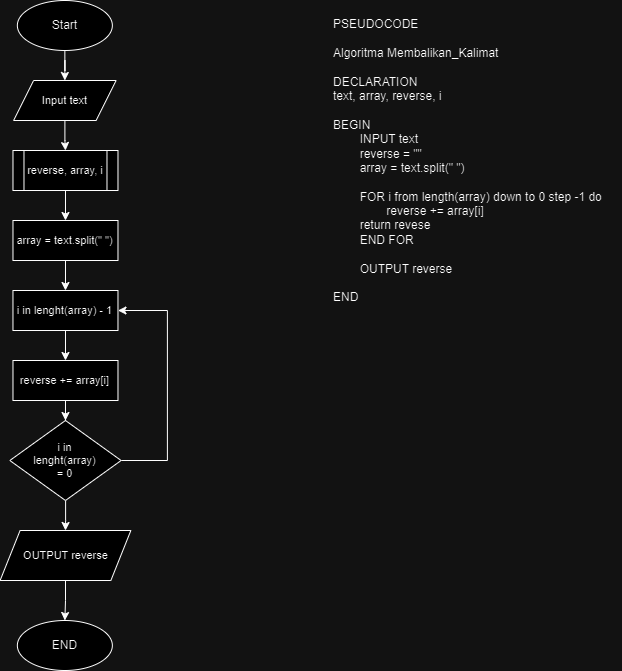
The draw.io diagram 6-Tasks-Computer-Science-Membalikan Kalimat.drawio.png in mfdrfauzi/fwg17-computer-science, before a commit. Source tidied: cells renumbered, new cells last; positions are measured from the earlier drawing's top-left corner, leaving out a move shared by most shapes. Source of this version:
```xml
<mxGraphModel>
  <root>
    <mxCell id="0" />
    <mxCell id="1" parent="0" />
    <mxCell id="2" value="PSEUDOCODE&lt;br&gt;&lt;br&gt;&lt;div&gt;Algoritma Membalikan_Kalimat&lt;/div&gt;&lt;div&gt;&lt;br&gt;&lt;/div&gt;&lt;div&gt;DECLARATION&lt;/div&gt;&lt;div&gt;text, array, reverse, i&lt;/div&gt;&lt;div&gt;&lt;br&gt;&lt;/div&gt;&lt;div&gt;BEGIN&lt;/div&gt;&lt;div&gt;&lt;span style=&quot;white-space: pre;&quot;&gt;&#9;&lt;/span&gt;INPUT text&lt;span style=&quot;&quot;&gt;&lt;/span&gt;&lt;/div&gt;&lt;div&gt;&lt;span style=&quot;&quot;&gt;&lt;span style=&quot;&quot;&gt;&lt;span style=&quot;white-space: pre;&quot;&gt;&amp;nbsp;&amp;nbsp;&amp;nbsp;&amp;nbsp;&lt;span style=&quot;white-space: pre;&quot;&gt;&#9;&lt;/span&gt;&lt;/span&gt;&lt;/span&gt;reverse = &quot;&quot;&lt;/span&gt;&lt;/div&gt;&lt;div&gt;&lt;span style=&quot;&quot;&gt;&lt;span style=&quot;&quot;&gt;&lt;span style=&quot;white-space: pre;&quot;&gt;&amp;nbsp;&amp;nbsp;&amp;nbsp;&amp;nbsp;&lt;span style=&quot;white-space: pre;&quot;&gt;&#9;&lt;/span&gt;&lt;/span&gt;&lt;/span&gt;array = text.split(&quot; &quot;)&lt;/span&gt;&lt;/div&gt;&lt;div&gt;&lt;br&gt;&lt;/div&gt;&lt;div&gt;&lt;span style=&quot;&quot;&gt;&lt;span style=&quot;&quot;&gt;&lt;span style=&quot;white-space: pre;&quot;&gt;&amp;nbsp;&amp;nbsp;&amp;nbsp;&amp;nbsp;&lt;span style=&quot;white-space: pre;&quot;&gt;&#9;&lt;/span&gt;&lt;/span&gt;&lt;/span&gt;FOR i from length(array) down to 0 step -1 do&lt;/span&gt;&lt;/div&gt;&lt;div&gt;&amp;nbsp; &amp;nbsp; &amp;nbsp; &amp;nbsp; &lt;span style=&quot;white-space: pre;&quot;&gt;&#9;&lt;/span&gt;reverse += array[i]&lt;/div&gt;&lt;div&gt;&lt;span style=&quot;&quot;&gt;&lt;span style=&quot;&quot;&gt;&lt;span style=&quot;white-space: pre;&quot;&gt;&amp;nbsp;&amp;nbsp;&amp;nbsp;&amp;nbsp;&lt;span style=&quot;white-space: pre;&quot;&gt;&#9;&lt;/span&gt;&lt;/span&gt;&lt;/span&gt;return revese&lt;/span&gt;&lt;/div&gt;&lt;div&gt;&amp;nbsp; &amp;nbsp; &lt;span style=&quot;&quot;&gt;&lt;span style=&quot;white-space: pre;&quot;&gt;&amp;nbsp;&amp;nbsp;&amp;nbsp;&amp;nbsp;&lt;/span&gt;&lt;/span&gt;END FOR&lt;/div&gt;&lt;div&gt;&lt;br&gt;&lt;/div&gt;&lt;div&gt;&lt;span style=&quot;&quot;&gt;&lt;span style=&quot;&quot;&gt;&lt;span style=&quot;white-space: pre;&quot;&gt;&amp;nbsp;&amp;nbsp;&amp;nbsp;&amp;nbsp;&lt;span style=&quot;white-space: pre;&quot;&gt;&#9;&lt;/span&gt;OUTPUT&lt;/span&gt;&lt;/span&gt;&amp;nbsp;reverse&lt;/span&gt;&lt;/div&gt;&lt;div&gt;&lt;span style=&quot;&quot;&gt;&lt;span style=&quot;white-space: pre;&quot;&gt;&amp;nbsp;&amp;nbsp;&amp;nbsp;&amp;nbsp;&lt;/span&gt;&lt;/span&gt;&lt;/div&gt;&lt;div&gt;END&lt;/div&gt;" style="text;html=1;align=left;verticalAlign=top;strokeColor=none;fillColor=none;" parent="1" vertex="1">
      <mxGeometry x="331" y="10" width="290" height="300" as="geometry" />
    </mxCell>
    <mxCell id="3" style="edgeStyle=orthogonalEdgeStyle;rounded=0;jettySize=auto;html=1;entryX=0.5;entryY=0;entryDx=0;entryDy=0;" parent="1" edge="1" source="4" target="6">
      <mxGeometry relative="1" as="geometry" />
    </mxCell>
    <mxCell id="4" value="Start" style="ellipse;whiteSpace=wrap;html=1;" parent="1" vertex="1">
      <mxGeometry x="16.8" width="95" height="50" as="geometry" />
    </mxCell>
    <mxCell id="5" style="edgeStyle=orthogonalEdgeStyle;rounded=0;jettySize=auto;html=1;entryX=0.5;entryY=0;entryDx=0;entryDy=0;fontSize=11;" parent="1" edge="1" source="6" target="8">
      <mxGeometry relative="1" as="geometry" />
    </mxCell>
    <mxCell id="6" value="Input text" style="shape=parallelogram;perimeter=parallelogramPerimeter;whiteSpace=wrap;html=1;fixedSize=1;fontSize=11;" parent="1" vertex="1">
      <mxGeometry x="13.1" y="80" width="102.5" height="40" as="geometry" />
    </mxCell>
    <mxCell id="7" style="edgeStyle=orthogonalEdgeStyle;rounded=0;jettySize=auto;html=1;entryX=0.5;entryY=0;entryDx=0;entryDy=0;fontSize=11;" parent="1" edge="1" source="8" target="10">
      <mxGeometry relative="1" as="geometry" />
    </mxCell>
    <mxCell id="8" value="reverse, array, i" style="shape=process;whiteSpace=wrap;html=1;backgroundOutline=1;fontSize=11;" parent="1" vertex="1">
      <mxGeometry x="12.5" y="150" width="105" height="40" as="geometry" />
    </mxCell>
    <mxCell id="9" style="edgeStyle=orthogonalEdgeStyle;rounded=0;jettySize=auto;html=1;entryX=0.5;entryY=0;entryDx=0;entryDy=0;fontSize=11;" parent="1" edge="1" source="10" target="18">
      <mxGeometry relative="1" as="geometry" />
    </mxCell>
    <mxCell id="10" value="array = text.split(&quot; &quot;)" style="rounded=0;whiteSpace=wrap;html=1;fontSize=11;" parent="1" vertex="1">
      <mxGeometry x="12.5" y="220" width="105" height="40" as="geometry" />
    </mxCell>
    <mxCell id="11" style="edgeStyle=orthogonalEdgeStyle;rounded=0;jettySize=auto;html=1;entryX=1;entryY=0.5;entryDx=0;entryDy=0;fontSize=11;" parent="1" edge="1" source="13" target="18">
      <mxGeometry relative="1" as="geometry">
        <Array as="points">
          <mxPoint x="166.8" y="460" />
          <mxPoint x="166.8" y="310" />
        </Array>
      </mxGeometry>
    </mxCell>
    <mxCell id="12" style="edgeStyle=orthogonalEdgeStyle;rounded=0;jettySize=auto;html=1;entryX=0.5;entryY=0;entryDx=0;entryDy=0;" parent="1" edge="1" source="13" target="20">
      <mxGeometry relative="1" as="geometry" />
    </mxCell>
    <mxCell id="13" value="i in&lt;br style=&quot;font-size: 11px;&quot;&gt;lenght(array)&lt;br style=&quot;font-size: 11px;&quot;&gt;= 0" style="rhombus;whiteSpace=wrap;html=1;fontSize=11;" parent="1" vertex="1">
      <mxGeometry x="9.3" y="420" width="111.2" height="80" as="geometry" />
    </mxCell>
    <mxCell id="14" style="edgeStyle=orthogonalEdgeStyle;rounded=0;jettySize=auto;html=1;entryX=0.5;entryY=0;entryDx=0;entryDy=0;fontSize=11;" parent="1" edge="1" source="15" target="13">
      <mxGeometry relative="1" as="geometry" />
    </mxCell>
    <mxCell id="15" value="reverse += array[i]" style="rounded=0;whiteSpace=wrap;html=1;fontSize=11;" parent="1" vertex="1">
      <mxGeometry x="12.5" y="360" width="105" height="40" as="geometry" />
    </mxCell>
    <mxCell id="16" value="END" style="ellipse;whiteSpace=wrap;html=1;" parent="1" vertex="1">
      <mxGeometry x="16.8" y="620" width="95" height="50" as="geometry" />
    </mxCell>
    <mxCell id="17" style="edgeStyle=orthogonalEdgeStyle;rounded=0;jettySize=auto;html=1;entryX=0.5;entryY=0;entryDx=0;entryDy=0;fontSize=11;" parent="1" edge="1" source="18" target="15">
      <mxGeometry relative="1" as="geometry" />
    </mxCell>
    <mxCell id="18" value="i in lenght(array) - 1" style="rounded=0;whiteSpace=wrap;html=1;fontSize=11;" parent="1" vertex="1">
      <mxGeometry x="12.5" y="290" width="105" height="40" as="geometry" />
    </mxCell>
    <mxCell id="19" style="edgeStyle=orthogonalEdgeStyle;rounded=0;jettySize=auto;html=1;entryX=0.5;entryY=0;entryDx=0;entryDy=0;" parent="1" edge="1" source="20" target="16">
      <mxGeometry relative="1" as="geometry" />
    </mxCell>
    <mxCell id="20" value="OUTPUT reverse" style="shape=parallelogram;perimeter=parallelogramPerimeter;whiteSpace=wrap;html=1;fixedSize=1;fontSize=11;" parent="1" vertex="1">
      <mxGeometry x="-0.4" y="530" width="130.8" height="50" as="geometry" />
    </mxCell>
  </root>
</mxGraphModel>
```
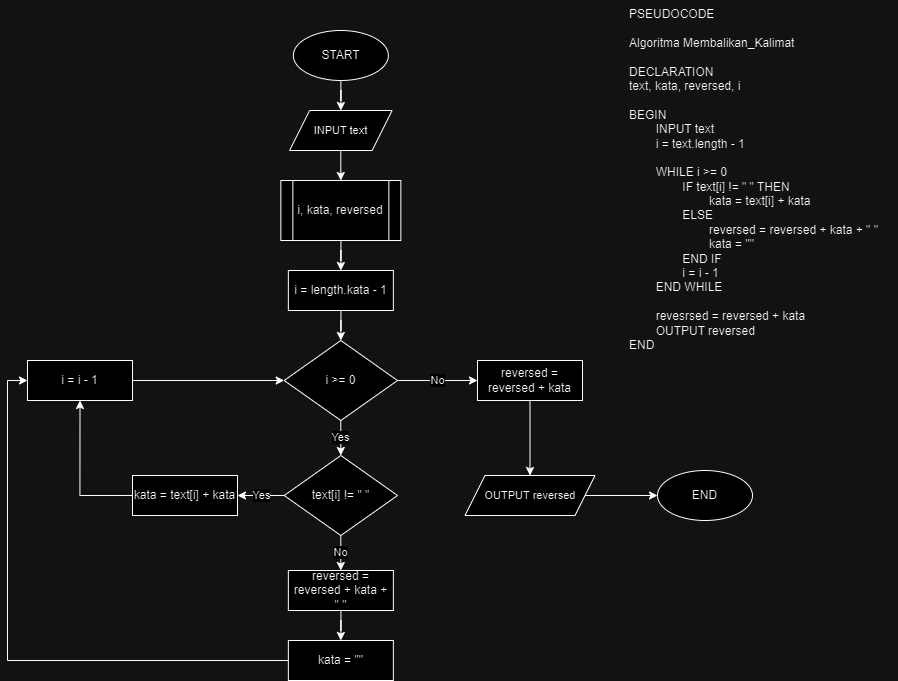
Later version of the same file.

Change to the diagram source:
```diff
@@ -2,67 +2,93 @@
   <root>
     <mxCell id="0" />
     <mxCell id="1" parent="0" />
-    <mxCell id="2" value="PSEUDOCODE&lt;br&gt;&lt;br&gt;&lt;div&gt;Algoritma Membalikan_Kalimat&lt;/div&gt;&lt;div&gt;&lt;br&gt;&lt;/div&gt;&lt;div&gt;DECLARATION&lt;/div&gt;&lt;div&gt;text, array, reverse, i&lt;/div&gt;&lt;div&gt;&lt;br&gt;&lt;/div&gt;&lt;div&gt;BEGIN&lt;/div&gt;&lt;div&gt;&lt;span style=&quot;white-space: pre;&quot;&gt;&#9;&lt;/span&gt;INPUT text&lt;span style=&quot;&quot;&gt;&lt;/span&gt;&lt;/div&gt;&lt;div&gt;&lt;span style=&quot;&quot;&gt;&lt;span style=&quot;&quot;&gt;&lt;span style=&quot;white-space: pre;&quot;&gt;&amp;nbsp;&amp;nbsp;&amp;nbsp;&amp;nbsp;&lt;span style=&quot;white-space: pre;&quot;&gt;&#9;&lt;/span&gt;&lt;/span&gt;&lt;/span&gt;reverse = &quot;&quot;&lt;/span&gt;&lt;/div&gt;&lt;div&gt;&lt;span style=&quot;&quot;&gt;&lt;span style=&quot;&quot;&gt;&lt;span style=&quot;white-space: pre;&quot;&gt;&amp;nbsp;&amp;nbsp;&amp;nbsp;&amp;nbsp;&lt;span style=&quot;white-space: pre;&quot;&gt;&#9;&lt;/span&gt;&lt;/span&gt;&lt;/span&gt;array = text.split(&quot; &quot;)&lt;/span&gt;&lt;/div&gt;&lt;div&gt;&lt;br&gt;&lt;/div&gt;&lt;div&gt;&lt;span style=&quot;&quot;&gt;&lt;span style=&quot;&quot;&gt;&lt;span style=&quot;white-space: pre;&quot;&gt;&amp;nbsp;&amp;nbsp;&amp;nbsp;&amp;nbsp;&lt;span style=&quot;white-space: pre;&quot;&gt;&#9;&lt;/span&gt;&lt;/span&gt;&lt;/span&gt;FOR i from length(array) down to 0 step -1 do&lt;/span&gt;&lt;/div&gt;&lt;div&gt;&amp;nbsp; &amp;nbsp; &amp;nbsp; &amp;nbsp; &lt;span style=&quot;white-space: pre;&quot;&gt;&#9;&lt;/span&gt;reverse += array[i]&lt;/div&gt;&lt;div&gt;&lt;span style=&quot;&quot;&gt;&lt;span style=&quot;&quot;&gt;&lt;span style=&quot;white-space: pre;&quot;&gt;&amp;nbsp;&amp;nbsp;&amp;nbsp;&amp;nbsp;&lt;span style=&quot;white-space: pre;&quot;&gt;&#9;&lt;/span&gt;&lt;/span&gt;&lt;/span&gt;return revese&lt;/span&gt;&lt;/div&gt;&lt;div&gt;&amp;nbsp; &amp;nbsp; &lt;span style=&quot;&quot;&gt;&lt;span style=&quot;white-space: pre;&quot;&gt;&amp;nbsp;&amp;nbsp;&amp;nbsp;&amp;nbsp;&lt;/span&gt;&lt;/span&gt;END FOR&lt;/div&gt;&lt;div&gt;&lt;br&gt;&lt;/div&gt;&lt;div&gt;&lt;span style=&quot;&quot;&gt;&lt;span style=&quot;&quot;&gt;&lt;span style=&quot;white-space: pre;&quot;&gt;&amp;nbsp;&amp;nbsp;&amp;nbsp;&amp;nbsp;&lt;span style=&quot;white-space: pre;&quot;&gt;&#9;&lt;/span&gt;OUTPUT&lt;/span&gt;&lt;/span&gt;&amp;nbsp;reverse&lt;/span&gt;&lt;/div&gt;&lt;div&gt;&lt;span style=&quot;&quot;&gt;&lt;span style=&quot;white-space: pre;&quot;&gt;&amp;nbsp;&amp;nbsp;&amp;nbsp;&amp;nbsp;&lt;/span&gt;&lt;/span&gt;&lt;/div&gt;&lt;div&gt;END&lt;/div&gt;" style="text;html=1;align=left;verticalAlign=top;strokeColor=none;fillColor=none;" parent="1" vertex="1">
-      <mxGeometry x="331" y="10" width="290" height="300" as="geometry" />
+    <mxCell id="2" value="PSEUDOCODE&lt;br&gt;&lt;br&gt;&lt;div&gt;Algoritma Membalikan_Kalimat&lt;/div&gt;&lt;div&gt;&lt;br&gt;&lt;/div&gt;&lt;div&gt;DECLARATION&lt;/div&gt;&lt;div&gt;text, kata, reversed, i&lt;/div&gt;&lt;div&gt;&lt;br&gt;&lt;/div&gt;&lt;div&gt;BEGIN&lt;/div&gt;&lt;div&gt;&lt;span style=&quot;white-space: pre;&quot;&gt;&#9;&lt;/span&gt;INPUT text&lt;/div&gt;&lt;div&gt;&lt;span style=&quot;white-space: pre;&quot;&gt;&#9;&lt;/span&gt;i = text.length - 1&lt;/div&gt;&lt;div&gt;&lt;span style=&quot;white-space: pre;&quot;&gt;&#9;&lt;/span&gt;&lt;br&gt;&lt;/div&gt;&lt;div&gt;&lt;span style=&quot;white-space: pre;&quot;&gt;&#9;&lt;/span&gt;WHILE i &amp;gt;= 0&lt;br&gt;&lt;/div&gt;&lt;div&gt;&lt;span style=&quot;white-space: pre;&quot;&gt;&#9;&lt;/span&gt;&lt;span style=&quot;white-space: pre;&quot;&gt;&#9;&lt;/span&gt;IF text[i] != &quot; &quot; THEN&lt;/div&gt;&lt;div&gt;&lt;span style=&quot;white-space: pre;&quot;&gt;&#9;&lt;/span&gt;&lt;span style=&quot;white-space: pre;&quot;&gt;&#9;&lt;/span&gt;&lt;span style=&quot;white-space: pre;&quot;&gt;&#9;&lt;/span&gt;kata = text[i] + kata&lt;br&gt;&lt;/div&gt;&lt;div&gt;&lt;span style=&quot;white-space: pre;&quot;&gt;&#9;&lt;/span&gt;&lt;span style=&quot;white-space: pre;&quot;&gt;&#9;&lt;/span&gt;ELSE&lt;br&gt;&lt;/div&gt;&lt;div&gt;&lt;span style=&quot;white-space: pre;&quot;&gt;&#9;&lt;/span&gt;&lt;span style=&quot;white-space: pre;&quot;&gt;&#9;&lt;/span&gt;&lt;span style=&quot;white-space: pre;&quot;&gt;&#9;&lt;/span&gt;reversed = reversed + kata + &quot; &quot;&lt;br&gt;&lt;/div&gt;&lt;div&gt;&lt;span style=&quot;white-space: pre;&quot;&gt;&#9;&lt;/span&gt;&lt;span style=&quot;white-space: pre;&quot;&gt;&#9;&lt;/span&gt;&lt;span style=&quot;white-space: pre;&quot;&gt;&#9;&lt;/span&gt;kata = &quot;&quot;&lt;br&gt;&lt;/div&gt;&lt;div&gt;&lt;span style=&quot;white-space: pre;&quot;&gt;&#9;&lt;/span&gt;&lt;span style=&quot;white-space: pre;&quot;&gt;&#9;&lt;/span&gt;END IF&lt;br&gt;&lt;/div&gt;&lt;div&gt;&lt;span style=&quot;white-space: pre;&quot;&gt;&#9;&lt;span style=&quot;white-space: pre;&quot;&gt;&#9;&lt;/span&gt;i&lt;/span&gt;&amp;nbsp;= i - 1&lt;br&gt;&lt;/div&gt;&lt;div&gt;&lt;span style=&quot;white-space: pre;&quot;&gt;&#9;&lt;/span&gt;END WHILE&lt;br&gt;&lt;/div&gt;&lt;div&gt;&lt;br&gt;&lt;/div&gt;&lt;div&gt;&lt;span style=&quot;white-space: pre;&quot;&gt;&#9;&lt;/span&gt;revesrsed = reversed + kata&lt;br&gt;&lt;/div&gt;&lt;div&gt;&lt;span style=&quot;white-space: pre;&quot;&gt;&#9;&lt;/span&gt;OUTPUT reversed&lt;br&gt;&lt;/div&gt;&lt;div&gt;END&lt;/div&gt;" style="text;html=1;align=left;verticalAlign=top;strokeColor=none;fillColor=none;" parent="1" vertex="1">
+      <mxGeometry x="351" y="-30" width="270" height="360" as="geometry" />
     </mxCell>
     <mxCell id="3" style="edgeStyle=orthogonalEdgeStyle;rounded=0;jettySize=auto;html=1;entryX=0.5;entryY=0;entryDx=0;entryDy=0;" parent="1" edge="1" source="4" target="6">
       <mxGeometry relative="1" as="geometry" />
     </mxCell>
-    <mxCell id="4" value="Start" style="ellipse;whiteSpace=wrap;html=1;" parent="1" vertex="1">
+    <mxCell id="4" value="START" style="ellipse;whiteSpace=wrap;html=1;" parent="1" vertex="1">
       <mxGeometry x="16.8" width="95" height="50" as="geometry" />
     </mxCell>
-    <mxCell id="5" style="edgeStyle=orthogonalEdgeStyle;rounded=0;jettySize=auto;html=1;entryX=0.5;entryY=0;entryDx=0;entryDy=0;fontSize=11;" parent="1" edge="1" source="6" target="8">
-      <mxGeometry relative="1" as="geometry" />
-    </mxCell>
+    <mxCell id="21" style="edgeStyle=orthogonalEdgeStyle;rounded=0;jettySize=auto;html=1;entryX=0.5;entryY=0;entryDx=0;entryDy=0;" parent="1" edge="1" source="6" target="23">
+      <mxGeometry relative="1" as="geometry" />
+    </mxCell>
-    <mxCell id="6" value="Input text" style="shape=parallelogram;perimeter=parallelogramPerimeter;whiteSpace=wrap;html=1;fixedSize=1;fontSize=11;" parent="1" vertex="1">
+    <mxCell id="6" value="INPUT text" style="shape=parallelogram;perimeter=parallelogramPerimeter;whiteSpace=wrap;html=1;fixedSize=1;fontSize=11;" parent="1" vertex="1">
       <mxGeometry x="13.1" y="80" width="102.5" height="40" as="geometry" />
     </mxCell>
-    <mxCell id="7" style="edgeStyle=orthogonalEdgeStyle;rounded=0;jettySize=auto;html=1;entryX=0.5;entryY=0;entryDx=0;entryDy=0;fontSize=11;" parent="1" edge="1" source="8" target="10">
-      <mxGeometry relative="1" as="geometry" />
-    </mxCell>
-    <mxCell id="8" value="reverse, array, i" style="shape=process;whiteSpace=wrap;html=1;backgroundOutline=1;fontSize=11;" parent="1" vertex="1">
-      <mxGeometry x="12.5" y="150" width="105" height="40" as="geometry" />
-    </mxCell>
-    <mxCell id="9" style="edgeStyle=orthogonalEdgeStyle;rounded=0;jettySize=auto;html=1;entryX=0.5;entryY=0;entryDx=0;entryDy=0;fontSize=11;" parent="1" edge="1" source="10" target="18">
-      <mxGeometry relative="1" as="geometry" />
-    </mxCell>
-    <mxCell id="10" value="array = text.split(&quot; &quot;)" style="rounded=0;whiteSpace=wrap;html=1;fontSize=11;" parent="1" vertex="1">
-      <mxGeometry x="12.5" y="220" width="105" height="40" as="geometry" />
-    </mxCell>
-    <mxCell id="11" style="edgeStyle=orthogonalEdgeStyle;rounded=0;jettySize=auto;html=1;entryX=1;entryY=0.5;entryDx=0;entryDy=0;fontSize=11;" parent="1" edge="1" source="13" target="18">
-      <mxGeometry relative="1" as="geometry">
-        <Array as="points">
-          <mxPoint x="166.8" y="460" />
-          <mxPoint x="166.8" y="310" />
-        </Array>
-      </mxGeometry>
-    </mxCell>
-    <mxCell id="12" style="edgeStyle=orthogonalEdgeStyle;rounded=0;jettySize=auto;html=1;entryX=0.5;entryY=0;entryDx=0;entryDy=0;" parent="1" edge="1" source="13" target="20">
-      <mxGeometry relative="1" as="geometry" />
-    </mxCell>
-    <mxCell id="13" value="i in&lt;br style=&quot;font-size: 11px;&quot;&gt;lenght(array)&lt;br style=&quot;font-size: 11px;&quot;&gt;= 0" style="rhombus;whiteSpace=wrap;html=1;fontSize=11;" parent="1" vertex="1">
-      <mxGeometry x="9.3" y="420" width="111.2" height="80" as="geometry" />
-    </mxCell>
-    <mxCell id="14" style="edgeStyle=orthogonalEdgeStyle;rounded=0;jettySize=auto;html=1;entryX=0.5;entryY=0;entryDx=0;entryDy=0;fontSize=11;" parent="1" edge="1" source="15" target="13">
-      <mxGeometry relative="1" as="geometry" />
-    </mxCell>
-    <mxCell id="15" value="reverse += array[i]" style="rounded=0;whiteSpace=wrap;html=1;fontSize=11;" parent="1" vertex="1">
-      <mxGeometry x="12.5" y="360" width="105" height="40" as="geometry" />
-    </mxCell>
+    <mxCell id="22" style="edgeStyle=orthogonalEdgeStyle;rounded=0;jettySize=auto;html=1;entryX=0.5;entryY=0;entryDx=0;entryDy=0;" parent="1" edge="1" source="23" target="25">
+      <mxGeometry relative="1" as="geometry" />
+    </mxCell>
+    <mxCell id="23" value="i, kata, reversed" style="shape=process;whiteSpace=wrap;html=1;backgroundOutline=1;" parent="1" vertex="1">
+      <mxGeometry x="4.3" y="150" width="120" height="60" as="geometry" />
+    </mxCell>
+    <mxCell id="24" style="edgeStyle=orthogonalEdgeStyle;rounded=0;jettySize=auto;html=1;entryX=0.5;entryY=0;entryDx=0;entryDy=0;" parent="1" edge="1" source="25" target="28">
+      <mxGeometry relative="1" as="geometry" />
+    </mxCell>
+    <mxCell id="25" value="i = length.kata - 1" style="rounded=0;whiteSpace=wrap;html=1;" parent="1" vertex="1">
+      <mxGeometry x="11.8" y="240" width="105" height="40" as="geometry" />
+    </mxCell>
+    <mxCell id="26" value="Yes" style="edgeStyle=orthogonalEdgeStyle;rounded=0;jettySize=auto;html=1;entryX=0.5;entryY=0;entryDx=0;entryDy=0;" parent="1" edge="1" source="28" target="31">
+      <mxGeometry relative="1" as="geometry" />
+    </mxCell>
+    <mxCell id="27" value="No" style="edgeStyle=orthogonalEdgeStyle;rounded=0;jettySize=auto;html=1;entryX=0;entryY=0.5;entryDx=0;entryDy=0;" parent="1" edge="1" source="28" target="41">
+      <mxGeometry relative="1" as="geometry" />
+    </mxCell>
+    <mxCell id="28" value="i &amp;gt;= 0" style="rhombus;whiteSpace=wrap;html=1;" parent="1" vertex="1">
+      <mxGeometry x="7.7" y="310" width="113.3" height="80" as="geometry" />
+    </mxCell>
+    <mxCell id="29" value="Yes" style="edgeStyle=orthogonalEdgeStyle;rounded=0;jettySize=auto;html=1;entryX=1;entryY=0.5;entryDx=0;entryDy=0;" parent="1" edge="1" source="31" target="35">
+      <mxGeometry relative="1" as="geometry" />
+    </mxCell>
+    <mxCell id="30" value="No" style="edgeStyle=orthogonalEdgeStyle;rounded=0;jettySize=auto;html=1;entryX=0.5;entryY=0;entryDx=0;entryDy=0;" parent="1" edge="1" source="31" target="33">
+      <mxGeometry relative="1" as="geometry" />
+    </mxCell>
+    <mxCell id="31" value="text[i] != &quot; &quot;" style="rhombus;whiteSpace=wrap;html=1;" parent="1" vertex="1">
+      <mxGeometry x="7.7" y="425" width="113.3" height="80" as="geometry" />
+    </mxCell>
+    <mxCell id="32" style="edgeStyle=orthogonalEdgeStyle;rounded=0;jettySize=auto;html=1;entryX=0.5;entryY=0;entryDx=0;entryDy=0;" parent="1" edge="1" source="33" target="37">
+      <mxGeometry relative="1" as="geometry" />
+    </mxCell>
+    <mxCell id="33" value="reversed = reversed + kata +&lt;br&gt;&quot; &quot;" style="rounded=0;whiteSpace=wrap;html=1;" parent="1" vertex="1">
+      <mxGeometry x="11.8" y="540" width="105" height="40" as="geometry" />
+    </mxCell>
+    <mxCell id="34" style="edgeStyle=orthogonalEdgeStyle;rounded=0;jettySize=auto;html=1;entryX=0.5;entryY=1;entryDx=0;entryDy=0;" parent="1" edge="1" source="35" target="39">
+      <mxGeometry relative="1" as="geometry">
+        <Array as="points">
+          <mxPoint x="-196" y="465" />
+        </Array>
+      </mxGeometry>
+    </mxCell>
+    <mxCell id="35" value="kata = text[i] + kata" style="rounded=0;whiteSpace=wrap;html=1;" parent="1" vertex="1">
+      <mxGeometry x="-144" y="445" width="105" height="40" as="geometry" />
+    </mxCell>
+    <mxCell id="36" style="edgeStyle=orthogonalEdgeStyle;rounded=0;jettySize=auto;html=1;entryX=0;entryY=0.5;entryDx=0;entryDy=0;" parent="1" edge="1" source="37" target="39">
+      <mxGeometry relative="1" as="geometry" />
+    </mxCell>
+    <mxCell id="37" value="kata = &quot;&quot;" style="rounded=0;whiteSpace=wrap;html=1;" parent="1" vertex="1">
+      <mxGeometry x="11.8" y="610" width="105" height="40" as="geometry" />
+    </mxCell>
+    <mxCell id="38" style="edgeStyle=orthogonalEdgeStyle;rounded=0;jettySize=auto;html=1;entryX=0;entryY=0.5;entryDx=0;entryDy=0;" parent="1" edge="1" source="39" target="28">
+      <mxGeometry relative="1" as="geometry" />
+    </mxCell>
+    <mxCell id="39" value="i = i - 1" style="rounded=0;whiteSpace=wrap;html=1;" parent="1" vertex="1">
+      <mxGeometry x="-249" y="330" width="105" height="40" as="geometry" />
+    </mxCell>
+    <mxCell id="40" style="edgeStyle=orthogonalEdgeStyle;rounded=0;jettySize=auto;html=1;entryX=0.5;entryY=0;entryDx=0;entryDy=0;" parent="1" edge="1" source="41" target="43">
+      <mxGeometry relative="1" as="geometry" />
+    </mxCell>
+    <mxCell id="41" value="reversed = reversed + kata" style="rounded=0;whiteSpace=wrap;html=1;" parent="1" vertex="1">
+      <mxGeometry x="201" y="330" width="105" height="40" as="geometry" />
+    </mxCell>
+    <mxCell id="42" style="edgeStyle=orthogonalEdgeStyle;rounded=0;jettySize=auto;html=1;entryX=0;entryY=0.5;entryDx=0;entryDy=0;" parent="1" edge="1" source="43" target="16">
+      <mxGeometry relative="1" as="geometry" />
+    </mxCell>
+    <mxCell id="43" value="OUTPUT reversed" style="shape=parallelogram;perimeter=parallelogramPerimeter;whiteSpace=wrap;html=1;fixedSize=1;fontSize=11;" parent="1" vertex="1">
+      <mxGeometry x="188.5" y="445" width="130" height="40" as="geometry" />
+    </mxCell>
     <mxCell id="16" value="END" style="ellipse;whiteSpace=wrap;html=1;" parent="1" vertex="1">
-      <mxGeometry x="16.8" y="620" width="95" height="50" as="geometry" />
+      <mxGeometry x="381" y="440" width="95" height="50" as="geometry" />
     </mxCell>
-    <mxCell id="17" style="edgeStyle=orthogonalEdgeStyle;rounded=0;jettySize=auto;html=1;entryX=0.5;entryY=0;entryDx=0;entryDy=0;fontSize=11;" parent="1" edge="1" source="18" target="15">
-      <mxGeometry relative="1" as="geometry" />
-    </mxCell>
-    <mxCell id="18" value="i in lenght(array) - 1" style="rounded=0;whiteSpace=wrap;html=1;fontSize=11;" parent="1" vertex="1">
-      <mxGeometry x="12.5" y="290" width="105" height="40" as="geometry" />
-    </mxCell>
-    <mxCell id="19" style="edgeStyle=orthogonalEdgeStyle;rounded=0;jettySize=auto;html=1;entryX=0.5;entryY=0;entryDx=0;entryDy=0;" parent="1" edge="1" source="20" target="16">
-      <mxGeometry relative="1" as="geometry" />
-    </mxCell>
-    <mxCell id="20" value="OUTPUT reverse" style="shape=parallelogram;perimeter=parallelogramPerimeter;whiteSpace=wrap;html=1;fixedSize=1;fontSize=11;" parent="1" vertex="1">
-      <mxGeometry x="-0.4" y="530" width="130.8" height="50" as="geometry" />
-    </mxCell>
   </root>
 </mxGraphModel>
```
